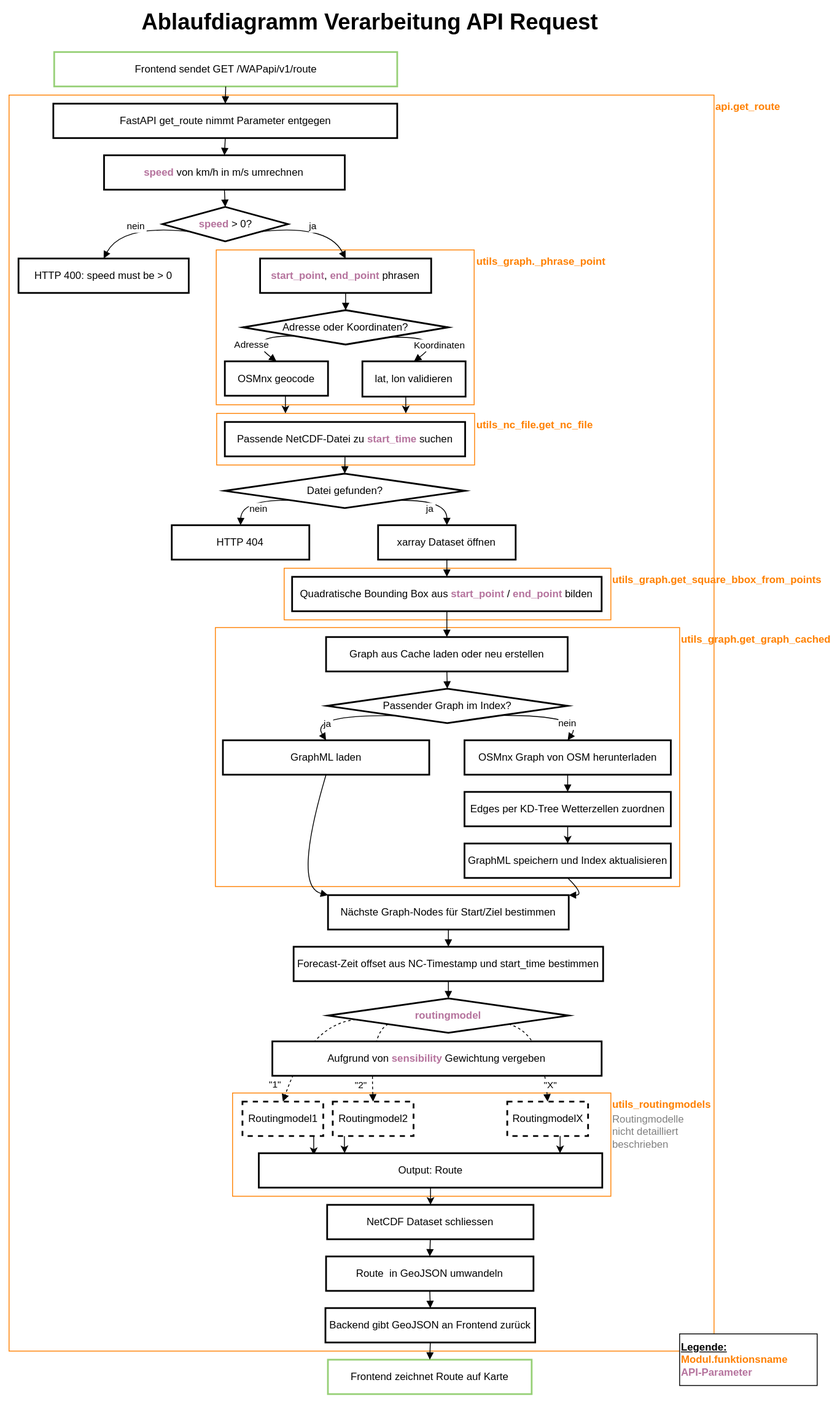
This is docs/assets/Ablaufdiagramm_Verarbeitung_API.svg from VPGIS/WetterRoutingApp, a draw.io export, as it was before one commit. Source tidied: cells renumbered, new cells last; positions are measured from the earlier drawing's top-left corner, leaving out a move shared by most shapes.
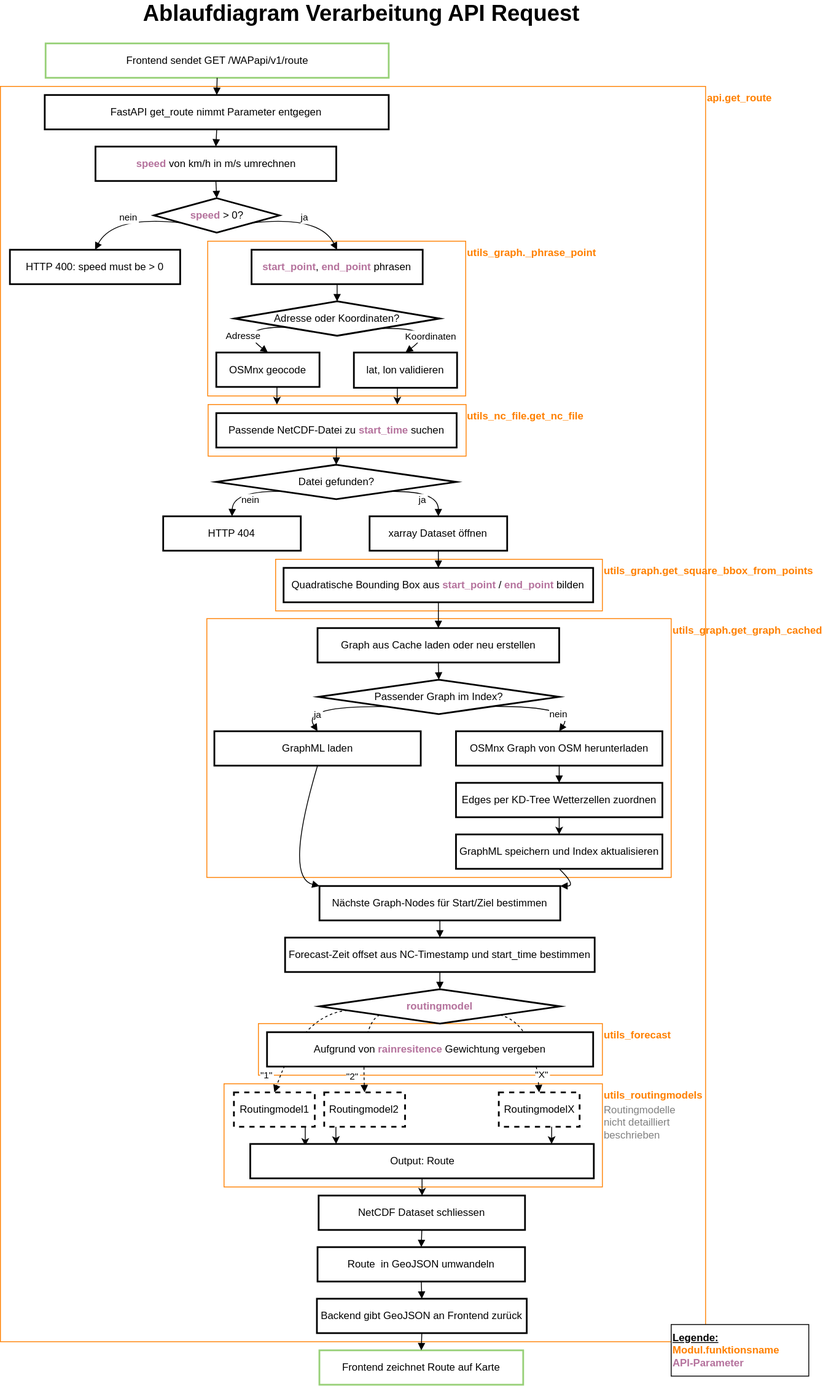
Above is the later version.

Change to the diagram source:
```diff
@@ -5,6 +5,9 @@
     <mxCell id="2" style="rounded=0;whiteSpace=wrap;html=1;strokeColor=#FF8000;" parent="1" vertex="1">
       <mxGeometry y="100" width="820" height="1460" as="geometry" />
     </mxCell>
+    <mxCell id="83" style="rounded=0;whiteSpace=wrap;html=1;strokeColor=#FF8000;" parent="1" vertex="1">
+      <mxGeometry x="300" y="1190" width="400" height="60" as="geometry" />
+    </mxCell>
     <mxCell id="3" style="rounded=0;whiteSpace=wrap;html=1;strokeColor=#FF8000;" parent="1" vertex="1">
       <mxGeometry x="260" y="1260" width="440" height="120" as="geometry" />
     </mxCell>
@@ -285,9 +288,6 @@
     <mxCell id="75" value="&lt;font color=&quot;#ff8000&quot;&gt;&lt;b&gt;utils_routingmodels&lt;/b&gt;&lt;/font&gt;" style="text;html=1;align=left;verticalAlign=middle;whiteSpace=wrap;rounded=0;rotation=0;" parent="1" vertex="1">
       <mxGeometry x="700" y="1260" width="110" height="28.5" as="geometry" />
     </mxCell>
-    <mxCell id="76" value="Aufgrund von &lt;font color=&quot;#b5739d&quot;&gt;&lt;b&gt;sensibility &lt;/b&gt;&lt;/font&gt;Gewichtung vergeben" style="whiteSpace=wrap;strokeWidth=2;html=1;" parent="1" vertex="1">
-      <mxGeometry x="306.2" y="1200" width="383" height="40" as="geometry" />
-    </mxCell>
     <mxCell id="77" style="edgeStyle=orthogonalEdgeStyle;rounded=0;jettySize=auto;html=1;entryX=0.5;entryY=0;entryDx=0;entryDy=0;" parent="1" edge="1" source="78" target="63">
       <mxGeometry relative="1" as="geometry" />
     </mxCell>
@@ -305,11 +305,17 @@
     <mxCell id="80" value="&lt;b&gt;&lt;u&gt;Legende:&lt;/u&gt;&lt;/b&gt;&lt;div&gt;&lt;div&gt;&lt;b&gt;&lt;font color=&quot;#ff8000&quot;&gt;Modul.funktionsname&lt;/font&gt;&lt;/b&gt;&lt;/div&gt;&lt;/div&gt;&lt;div&gt;&lt;font color=&quot;#b5739d&quot;&gt;&lt;b&gt;API-Parameter&lt;/b&gt;&lt;/font&gt;&lt;/div&gt;" style="rounded=0;whiteSpace=wrap;html=1;align=left;" parent="1" vertex="1">
       <mxGeometry x="780" y="1540" width="160" height="60" as="geometry" />
     </mxCell>
-    <mxCell id="81" value="&lt;font style=&quot;font-size: 26px;&quot;&gt;Ablaufdiagramm Verarbeitung API Request&lt;/font&gt;" style="text;html=1;align=center;verticalAlign=middle;whiteSpace=wrap;rounded=0;fontStyle=1;" parent="1" vertex="1">
+    <mxCell id="81" value="&lt;font style=&quot;font-size: 26px;&quot;&gt;Ablaufdiagram Verarbeitung API Request&lt;/font&gt;" style="text;html=1;align=center;verticalAlign=middle;whiteSpace=wrap;rounded=0;fontStyle=1;" parent="1" vertex="1">
       <mxGeometry width="840" height="30" as="geometry" />
     </mxCell>
     <mxCell id="82" value="&lt;font color=&quot;#808080&quot;&gt;Routingmodelle nicht detailliert beschrieben&lt;/font&gt;" style="text;html=1;align=left;verticalAlign=middle;whiteSpace=wrap;rounded=0;" parent="1" vertex="1">
       <mxGeometry x="699.6" y="1280" width="110.8" height="50" as="geometry" />
     </mxCell>
+    <mxCell id="76" value="Aufgrund von &lt;font color=&quot;#b5739d&quot;&gt;&lt;b&gt;rainresitence&amp;nbsp;&lt;/b&gt;&lt;/font&gt;Gewichtung vergeben" style="whiteSpace=wrap;strokeWidth=2;html=1;" parent="1" vertex="1">
+      <mxGeometry x="310" y="1200" width="379.2" height="40" as="geometry" />
+    </mxCell>
+    <mxCell id="84" value="&lt;font color=&quot;#ff8000&quot;&gt;&lt;b&gt;utils_forecast&lt;/b&gt;&lt;/font&gt;" style="text;html=1;align=left;verticalAlign=middle;whiteSpace=wrap;rounded=0;rotation=0;" parent="1" vertex="1">
+      <mxGeometry x="700" y="1190" width="110" height="28.5" as="geometry" />
+    </mxCell>
   </root>
 </mxGraphModel>
```
